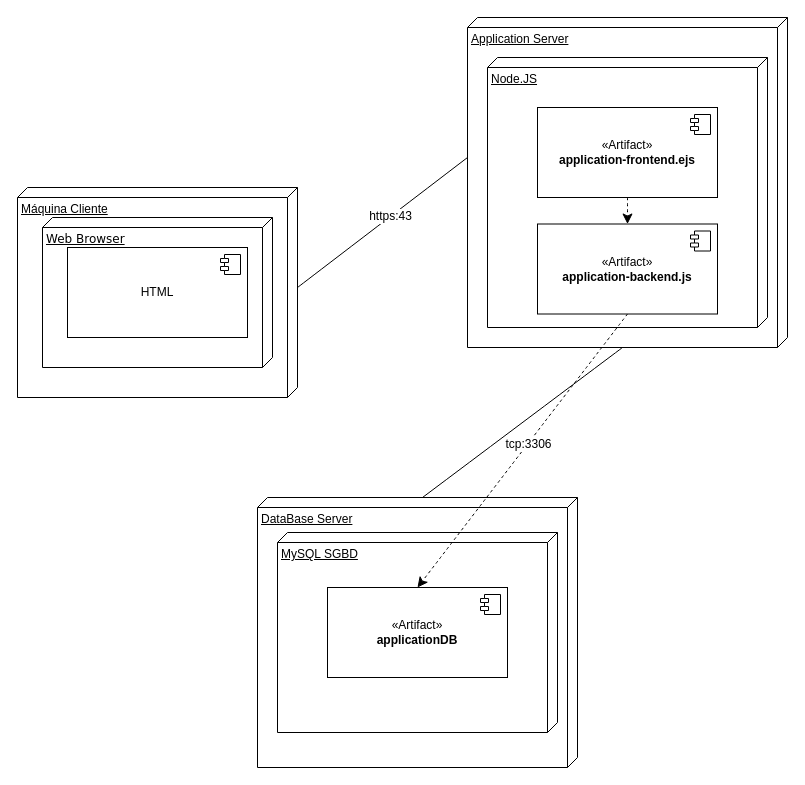
This is Diagrama de Implantação.drawio.xml from JDDPacheco/TADS31, a draw.io file, before an edit. Source tidied: cells renumbered, new cells numbered last; positions are measured from the earlier drawing's top-left corner, leaving out a move shared by most shapes. Both pictures are drawn from the tidied source at 100%, with x=0, y=0 at pixel (17, 17).
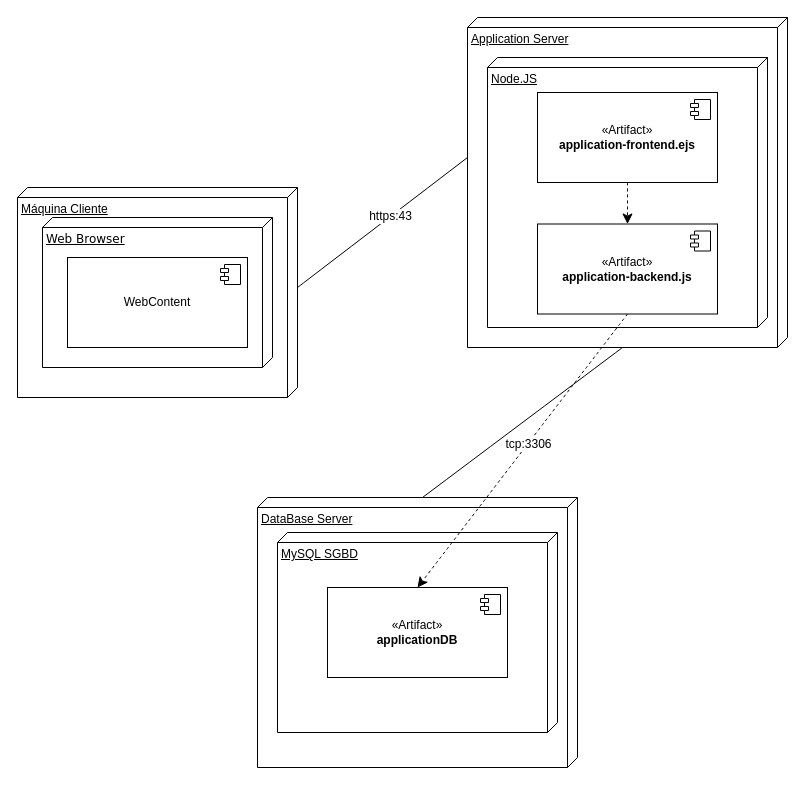
Above is the later version.

Commit message:
Melhorado diagrama de implantação

Change to the diagram source:
```diff
@@
-    <mxCell id="5" value="HTML" style="html=1;whiteSpace=wrap;" parent="1" vertex="1">
-      <mxGeometry x="50" y="230" width="180" height="90" as="geometry" />
+    <mxCell id="5" value="WebContent" style="html=1;whiteSpace=wrap;" parent="1" vertex="1">
+      <mxGeometry x="50" y="240" width="180" height="90" as="geometry" />
     </mxCell>
@@
     <mxCell id="20" value="«Artifact»&lt;br&gt;&lt;b&gt;application-frontend.ejs&lt;/b&gt;" style="html=1;whiteSpace=wrap;" parent="1" vertex="1">
-      <mxGeometry x="520" y="90" width="180" height="90" as="geometry" />
+      <mxGeometry x="520" y="75" width="180" height="90" as="geometry" />
     </mxCell>
```
